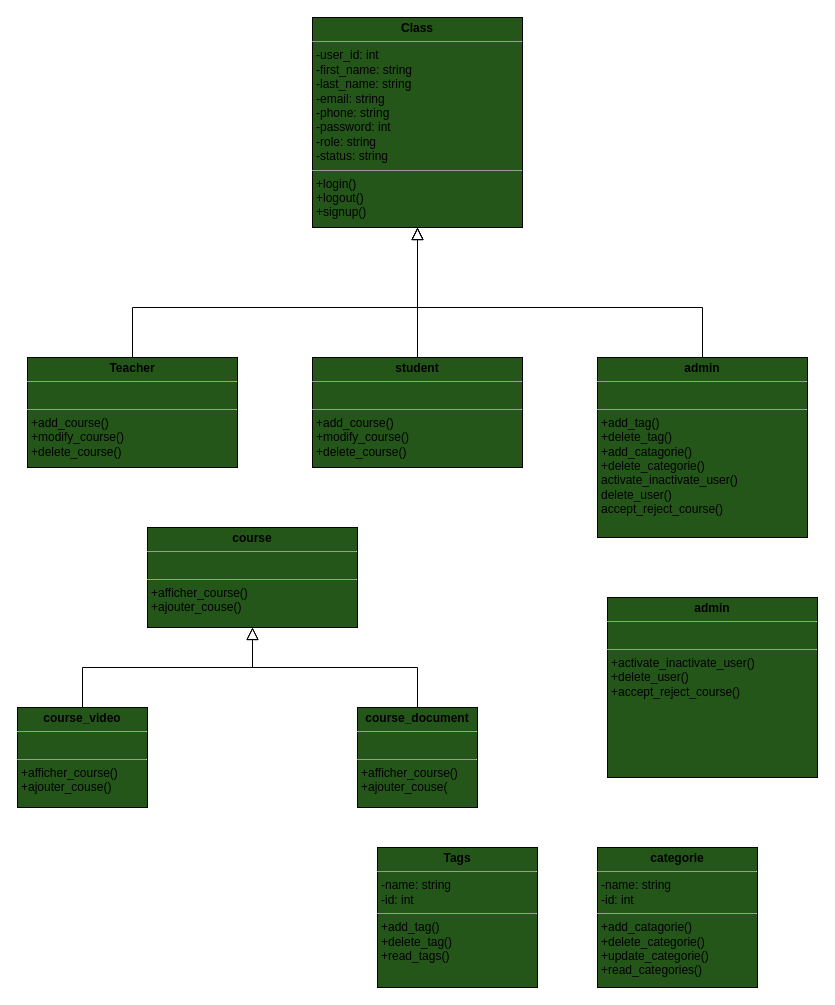
Earlier version of the draw.io diagram page "Page-1" (1 of 2) of UML/diagramme_de_classe.drawio (Abderrahman-Ahouari/brief-crois-e-2-Plateforme-de-Cours-en-Ligne-Youdemy). Source tidied: cells renumbered, new cells numbered last; positions are measured from the earlier drawing's top-left corner, leaving out a move shared by most shapes. Both pictures are drawn from the tidied source at 100%, with x=0, y=0 at pixel (17, 17).
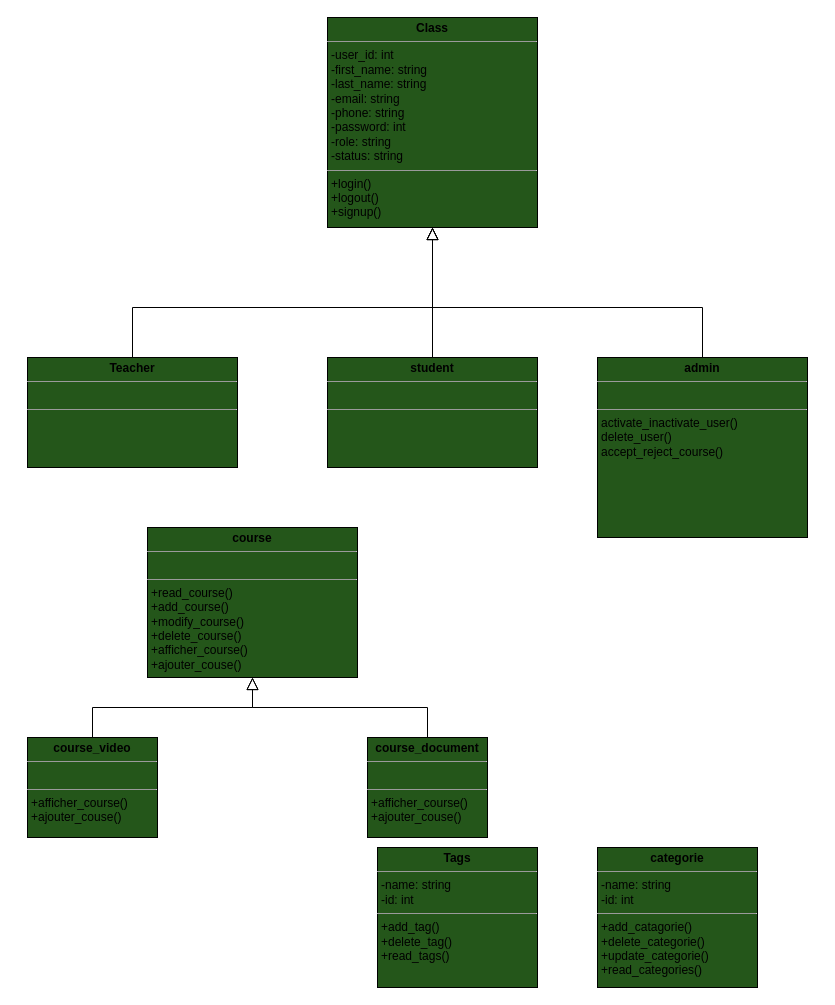
Above is the later version.

The edit, as a diff of the source:
```diff
@@
     <mxCell id="5" value="&lt;p style=&quot;margin:0px;margin-top:4px;text-align:center;&quot;&gt;&lt;b&gt;Class&lt;/b&gt;&lt;/p&gt;&lt;hr size=&quot;1&quot;&gt;&lt;p style=&quot;margin:0px;margin-left:4px;&quot;&gt;-user_id: int&lt;br&gt;&lt;/p&gt;&lt;p style=&quot;margin:0px;margin-left:4px;&quot;&gt;-first_name: string&lt;br&gt;&lt;/p&gt;&lt;p style=&quot;margin:0px;margin-left:4px;&quot;&gt;-last_name: string&lt;br&gt;&lt;/p&gt;&lt;p style=&quot;margin:0px;margin-left:4px;&quot;&gt;-email: string&lt;br&gt;&lt;/p&gt;&lt;p style=&quot;margin:0px;margin-left:4px;&quot;&gt;-phone: string&lt;br&gt;&lt;/p&gt;&lt;p style=&quot;margin:0px;margin-left:4px;&quot;&gt;-password: int&lt;br&gt;&lt;/p&gt;&lt;p style=&quot;margin:0px;margin-left:4px;&quot;&gt;-role: string&lt;br&gt;&lt;/p&gt;&lt;p style=&quot;margin:0px;margin-left:4px;&quot;&gt;-status: string&lt;br&gt;&lt;/p&gt;&lt;hr size=&quot;1&quot;&gt;&lt;p style=&quot;margin:0px;margin-left:4px;&quot;&gt;+login()&lt;br&gt;&lt;/p&gt;&lt;p style=&quot;margin:0px;margin-left:4px;&quot;&gt;+logout()&lt;br&gt;&lt;/p&gt;&lt;p style=&quot;margin:0px;margin-left:4px;&quot;&gt;+signup()&lt;br&gt;&lt;/p&gt;" style="verticalAlign=top;align=left;overflow=fill;fontSize=12;fontFamily=Helvetica;html=1;fillColor=#24561A;" parent="1" vertex="1">
-      <mxGeometry x="295" width="210" height="210" as="geometry" />
+      <mxGeometry x="310" width="210" height="210" as="geometry" />
     </mxCell>
-    <mxCell id="6" value="&lt;p style=&quot;margin:0px;margin-top:4px;text-align:center;&quot;&gt;&lt;b&gt;Teacher&lt;/b&gt;&lt;/p&gt;&lt;hr size=&quot;1&quot;&gt;&lt;p style=&quot;margin:0px;margin-left:4px;&quot;&gt;&lt;br&gt;&lt;/p&gt;&lt;hr size=&quot;1&quot;&gt;&lt;p style=&quot;margin:0px;margin-left:4px;&quot;&gt;+add_course()&lt;/p&gt;&lt;p style=&quot;margin:0px;margin-left:4px;&quot;&gt;+modify_course()&lt;br&gt;&lt;/p&gt;&lt;p style=&quot;margin:0px;margin-left:4px;&quot;&gt;+delete_course()&lt;br&gt;&lt;/p&gt;" style="verticalAlign=top;align=left;overflow=fill;fontSize=12;fontFamily=Helvetica;html=1;fillColor=#24561A;" parent="1" vertex="1">
+    <mxCell id="6" value="&lt;p style=&quot;margin:0px;margin-top:4px;text-align:center;&quot;&gt;&lt;b&gt;Teacher&lt;/b&gt;&lt;/p&gt;&lt;hr size=&quot;1&quot;&gt;&lt;p style=&quot;margin:0px;margin-left:4px;&quot;&gt;&lt;br&gt;&lt;/p&gt;&lt;hr size=&quot;1&quot;&gt;&lt;p style=&quot;margin:0px;margin-left:4px;&quot;&gt;&lt;br&gt;&lt;/p&gt;" style="verticalAlign=top;align=left;overflow=fill;fontSize=12;fontFamily=Helvetica;html=1;fillColor=#24561A;" parent="1" vertex="1">
       <mxGeometry x="10" y="340" width="210" height="110" as="geometry" />
     </mxCell>
-    <mxCell id="7" value="&lt;p style=&quot;margin:0px;margin-top:4px;text-align:center;&quot;&gt;&lt;b&gt;admin&lt;/b&gt;&lt;/p&gt;&lt;hr size=&quot;1&quot;&gt;&lt;p style=&quot;margin:0px;margin-left:4px;&quot;&gt;&lt;br&gt;&lt;/p&gt;&lt;hr size=&quot;1&quot;&gt;&lt;p style=&quot;margin:0px;margin-left:4px;&quot;&gt;+add_tag()&lt;/p&gt;&lt;p style=&quot;margin:0px;margin-left:4px;&quot;&gt;+delete_tag()&lt;br&gt;&lt;/p&gt;&lt;p style=&quot;margin: 0px 0px 0px 4px;&quot;&gt;+add_catagorie()&lt;/p&gt;&lt;p style=&quot;margin: 0px 0px 0px 4px;&quot;&gt;+delete_categorie()&lt;/p&gt;&lt;p style=&quot;margin: 0px 0px 0px 4px;&quot;&gt;activate_inactivate_user()&lt;/p&gt;&lt;p style=&quot;margin: 0px 0px 0px 4px;&quot;&gt;delete_user()&lt;/p&gt;&lt;p style=&quot;margin: 0px 0px 0px 4px;&quot;&gt;accept_reject_course()&lt;/p&gt;" style="verticalAlign=top;align=left;overflow=fill;fontSize=12;fontFamily=Helvetica;html=1;fillColor=#24561A;" parent="1" vertex="1">
+    <mxCell id="7" value="&lt;p style=&quot;margin:0px;margin-top:4px;text-align:center;&quot;&gt;&lt;b&gt;admin&lt;/b&gt;&lt;/p&gt;&lt;hr size=&quot;1&quot;&gt;&lt;p style=&quot;margin:0px;margin-left:4px;&quot;&gt;&lt;br&gt;&lt;/p&gt;&lt;hr size=&quot;1&quot;&gt;&lt;p style=&quot;margin:0px;margin-left:4px;&quot;&gt;&lt;span style=&quot;background-color: initial;&quot;&gt;activate_inactivate_user()&lt;/span&gt;&lt;br&gt;&lt;/p&gt;&lt;p style=&quot;margin: 0px 0px 0px 4px;&quot;&gt;delete_user()&lt;/p&gt;&lt;p style=&quot;margin: 0px 0px 0px 4px;&quot;&gt;accept_reject_course()&lt;/p&gt;" style="verticalAlign=top;align=left;overflow=fill;fontSize=12;fontFamily=Helvetica;html=1;fillColor=#24561A;" parent="1" vertex="1">
       <mxGeometry x="580" y="340" width="210" height="180" as="geometry" />
     </mxCell>
-    <mxCell id="8" value="&lt;p style=&quot;margin:0px;margin-top:4px;text-align:center;&quot;&gt;&lt;b&gt;student&lt;/b&gt;&lt;/p&gt;&lt;hr size=&quot;1&quot;&gt;&lt;p style=&quot;margin:0px;margin-left:4px;&quot;&gt;&lt;br&gt;&lt;/p&gt;&lt;hr size=&quot;1&quot;&gt;&lt;p style=&quot;margin:0px;margin-left:4px;&quot;&gt;+add_course()&lt;/p&gt;&lt;p style=&quot;margin:0px;margin-left:4px;&quot;&gt;+modify_course()&lt;br&gt;&lt;/p&gt;&lt;p style=&quot;margin:0px;margin-left:4px;&quot;&gt;+delete_course()&lt;br&gt;&lt;/p&gt;" style="verticalAlign=top;align=left;overflow=fill;fontSize=12;fontFamily=Helvetica;html=1;fillColor=#24561A;" parent="1" vertex="1">
-      <mxGeometry x="295" y="340" width="210" height="110" as="geometry" />
+    <mxCell id="8" value="&lt;p style=&quot;margin:0px;margin-top:4px;text-align:center;&quot;&gt;&lt;b&gt;student&lt;/b&gt;&lt;/p&gt;&lt;hr size=&quot;1&quot;&gt;&lt;p style=&quot;margin:0px;margin-left:4px;&quot;&gt;&lt;br&gt;&lt;/p&gt;&lt;hr size=&quot;1&quot;&gt;&lt;p style=&quot;margin:0px;margin-left:4px;&quot;&gt;&lt;br&gt;&lt;/p&gt;" style="verticalAlign=top;align=left;overflow=fill;fontSize=12;fontFamily=Helvetica;html=1;fillColor=#24561A;" parent="1" vertex="1">
+      <mxGeometry x="310" y="340" width="210" height="110" as="geometry" />
     </mxCell>
-    <mxCell id="9" value="&lt;p style=&quot;margin:0px;margin-top:4px;text-align:center;&quot;&gt;&lt;b&gt;course&lt;/b&gt;&lt;/p&gt;&lt;hr size=&quot;1&quot;&gt;&lt;p style=&quot;margin:0px;margin-left:4px;&quot;&gt;&lt;br&gt;&lt;/p&gt;&lt;hr size=&quot;1&quot;&gt;&lt;p style=&quot;margin:0px;margin-left:4px;&quot;&gt;+afficher_course()&lt;/p&gt;&lt;p style=&quot;margin:0px;margin-left:4px;&quot;&gt;+ajouter_couse()&lt;/p&gt;" style="verticalAlign=top;align=left;overflow=fill;fontSize=12;fontFamily=Helvetica;html=1;fillColor=#24561A;" parent="1" vertex="1">
-      <mxGeometry x="130" y="510" width="210" height="100" as="geometry" />
+    <mxCell id="9" value="&lt;p style=&quot;margin:0px;margin-top:4px;text-align:center;&quot;&gt;&lt;b&gt;course&lt;/b&gt;&lt;/p&gt;&lt;hr size=&quot;1&quot;&gt;&lt;p style=&quot;margin:0px;margin-left:4px;&quot;&gt;&lt;br&gt;&lt;/p&gt;&lt;hr size=&quot;1&quot;&gt;&lt;p style=&quot;margin:0px;margin-left:4px;&quot;&gt;+read_course()&lt;/p&gt;&lt;p style=&quot;margin:0px;margin-left:4px;&quot;&gt;&lt;span style=&quot;background-color: initial;&quot;&gt;+add_course()&lt;/span&gt;&lt;br&gt;&lt;/p&gt;&lt;p style=&quot;margin: 0px 0px 0px 4px;&quot;&gt;+modify_course()&lt;br&gt;&lt;/p&gt;&lt;p style=&quot;margin: 0px 0px 0px 4px;&quot;&gt;+delete_course()&lt;/p&gt;&lt;p style=&quot;margin: 0px 0px 0px 4px;&quot;&gt;+afficher_course()&lt;/p&gt;&lt;p style=&quot;margin: 0px 0px 0px 4px;&quot;&gt;+ajouter_couse()&lt;/p&gt;" style="verticalAlign=top;align=left;overflow=fill;fontSize=12;fontFamily=Helvetica;html=1;fillColor=#24561A;" parent="1" vertex="1">
+      <mxGeometry x="130" y="510" width="210" height="150" as="geometry" />
     </mxCell>
     <mxCell id="10" value="&lt;p style=&quot;margin:0px;margin-top:4px;text-align:center;&quot;&gt;&lt;b&gt;course_video&lt;/b&gt;&lt;/p&gt;&lt;hr size=&quot;1&quot;&gt;&lt;p style=&quot;margin:0px;margin-left:4px;&quot;&gt;&lt;br&gt;&lt;/p&gt;&lt;hr size=&quot;1&quot;&gt;&lt;p style=&quot;margin:0px;margin-left:4px;&quot;&gt;+afficher_course()&lt;/p&gt;&lt;p style=&quot;margin:0px;margin-left:4px;&quot;&gt;+ajouter_couse()&lt;/p&gt;" style="verticalAlign=top;align=left;overflow=fill;fontSize=12;fontFamily=Helvetica;html=1;fillColor=#24561A;" parent="1" vertex="1">
-      <mxGeometry y="690" width="130" height="100" as="geometry" />
+      <mxGeometry x="10" y="720" width="130" height="100" as="geometry" />
     </mxCell>
-    <mxCell id="11" value="&lt;p style=&quot;margin:0px;margin-top:4px;text-align:center;&quot;&gt;&lt;b&gt;course_document&lt;/b&gt;&lt;/p&gt;&lt;hr size=&quot;1&quot;&gt;&lt;p style=&quot;margin:0px;margin-left:4px;&quot;&gt;&lt;br&gt;&lt;/p&gt;&lt;hr size=&quot;1&quot;&gt;&lt;p style=&quot;margin:0px;margin-left:4px;&quot;&gt;+afficher_course()&lt;/p&gt;&lt;p style=&quot;margin:0px;margin-left:4px;&quot;&gt;+ajouter_couse(&lt;/p&gt;" style="verticalAlign=top;align=left;overflow=fill;fontSize=12;fontFamily=Helvetica;html=1;fillColor=#24561A;" parent="1" vertex="1">
-      <mxGeometry x="340" y="690" width="120" height="100" as="geometry" />
+    <mxCell id="11" value="&lt;p style=&quot;margin:0px;margin-top:4px;text-align:center;&quot;&gt;&lt;b&gt;course_document&lt;/b&gt;&lt;/p&gt;&lt;hr size=&quot;1&quot;&gt;&lt;p style=&quot;margin:0px;margin-left:4px;&quot;&gt;&lt;br&gt;&lt;/p&gt;&lt;hr size=&quot;1&quot;&gt;&lt;p style=&quot;margin:0px;margin-left:4px;&quot;&gt;+afficher_course()&lt;/p&gt;&lt;p style=&quot;margin:0px;margin-left:4px;&quot;&gt;+ajouter_couse()&lt;/p&gt;" style="verticalAlign=top;align=left;overflow=fill;fontSize=12;fontFamily=Helvetica;html=1;fillColor=#24561A;" parent="1" vertex="1">
+      <mxGeometry x="350" y="720" width="120" height="100" as="geometry" />
     </mxCell>
     <mxCell id="12" style="endArrow=block;endSize=10;endFill=0;shadow=0;strokeWidth=1;rounded=0;edgeStyle=elbowEdgeStyle;elbow=vertical;entryX=0.5;entryY=1;entryDx=0;entryDy=0;exitX=0.5;exitY=0;exitDx=0;exitDy=0;" parent="1" edge="1" source="10" target="9">
       <mxGeometry relative="1" as="geometry">
         <Array as="points">
-          <mxPoint x="170" y="650" />
+          <mxPoint x="195" y="690" />
+          <mxPoint x="155" y="680" />
           <mxPoint x="210" y="660" />
           <mxPoint x="340" y="646" />
           <mxPoint x="340" y="696" />
         </Array>
       </mxGeometry>
     </mxCell>
     <mxCell id="13" style="endArrow=block;endSize=10;endFill=0;shadow=0;strokeWidth=1;rounded=0;edgeStyle=elbowEdgeStyle;elbow=vertical;entryX=0.5;entryY=1;entryDx=0;entryDy=0;exitX=0.5;exitY=0;exitDx=0;exitDy=0;" parent="1" edge="1" source="11" target="9">
       <mxGeometry relative="1" as="geometry">
         <Array as="points">
+          <mxPoint x="305" y="690" />
+          <mxPoint x="265" y="680" />
           <mxPoint x="300" y="650" />
           <mxPoint x="290" y="660" />
           <mxPoint x="350" y="656" />
           <mxPoint x="350" y="706" />
         </Array>
       </mxGeometry>
     </mxCell>
@@
-    <mxCell id="15" value="&lt;p style=&quot;margin:0px;margin-top:4px;text-align:center;&quot;&gt;&lt;b&gt;admin&lt;/b&gt;&lt;/p&gt;&lt;hr size=&quot;1&quot;&gt;&lt;p style=&quot;margin:0px;margin-left:4px;&quot;&gt;&lt;br&gt;&lt;/p&gt;&lt;hr size=&quot;1&quot;&gt;&lt;p style=&quot;margin:0px;margin-left:4px;&quot;&gt;&lt;span style=&quot;background-color: initial;&quot;&gt;+activate_inactivate_user()&lt;/span&gt;&lt;br&gt;&lt;/p&gt;&lt;p style=&quot;margin: 0px 0px 0px 4px;&quot;&gt;+delete_user()&lt;/p&gt;&lt;p style=&quot;margin: 0px 0px 0px 4px;&quot;&gt;+accept_reject_course()&lt;/p&gt;" style="verticalAlign=top;align=left;overflow=fill;fontSize=12;fontFamily=Helvetica;html=1;fillColor=#24561A;" parent="1" vertex="1">
-      <mxGeometry x="590" y="580" width="210" height="180" as="geometry" />
-    </mxCell>
-    <mxCell id="16" value="&lt;p style=&quot;margin:0px;margin-top:4px;text-align:center;&quot;&gt;&lt;b&gt;Tags&lt;/b&gt;&lt;/p&gt;&lt;hr size=&quot;1&quot;&gt;&lt;p style=&quot;margin:0px;margin-left:4px;&quot;&gt;-name: string&lt;/p&gt;&lt;p style=&quot;margin:0px;margin-left:4px;&quot;&gt;-id: int&lt;/p&gt;&lt;hr size=&quot;1&quot;&gt;&lt;p style=&quot;margin:0px;margin-left:4px;&quot;&gt;&lt;span style=&quot;background-color: initial;&quot;&gt;+add_tag()&lt;/span&gt;&lt;br&gt;&lt;/p&gt;&lt;p style=&quot;margin: 0px 0px 0px 4px;&quot;&gt;+delete_tag()&lt;/p&gt;&lt;p style=&quot;margin: 0px 0px 0px 4px;&quot;&gt;+read_tags()&lt;/p&gt;&lt;p style=&quot;margin: 0px 0px 0px 4px;&quot;&gt;&lt;br&gt;&lt;/p&gt;" style="verticalAlign=top;align=left;overflow=fill;fontSize=12;fontFamily=Helvetica;html=1;fillColor=#24561A;" parent="1" vertex="1">
+    <mxCell id="16" value="&lt;p style=&quot;margin:0px;margin-top:4px;text-align:center;&quot;&gt;&lt;b&gt;Tags&lt;/b&gt;&lt;/p&gt;&lt;hr size=&quot;1&quot;&gt;&lt;p style=&quot;margin:0px;margin-left:4px;&quot;&gt;-name: string&lt;/p&gt;&lt;p style=&quot;margin:0px;margin-left:4px;&quot;&gt;-id: int&lt;/p&gt;&lt;hr size=&quot;1&quot;&gt;&lt;p style=&quot;margin:0px;margin-left:4px;&quot;&gt;&lt;span style=&quot;background-color: initial;&quot;&gt;+add_tag()&lt;/span&gt;&lt;br&gt;&lt;/p&gt;&lt;p style=&quot;margin: 0px 0px 0px 4px;&quot;&gt;+delete_tag()&lt;/p&gt;&lt;p style=&quot;margin: 0px 0px 0px 4px;&quot;&gt;+read_tags()&lt;/p&gt;" style="verticalAlign=top;align=left;overflow=fill;fontSize=12;fontFamily=Helvetica;html=1;fillColor=#24561A;" parent="1" vertex="1">
       <mxGeometry x="360" y="830" width="160" height="140" as="geometry" />
     </mxCell>
```
